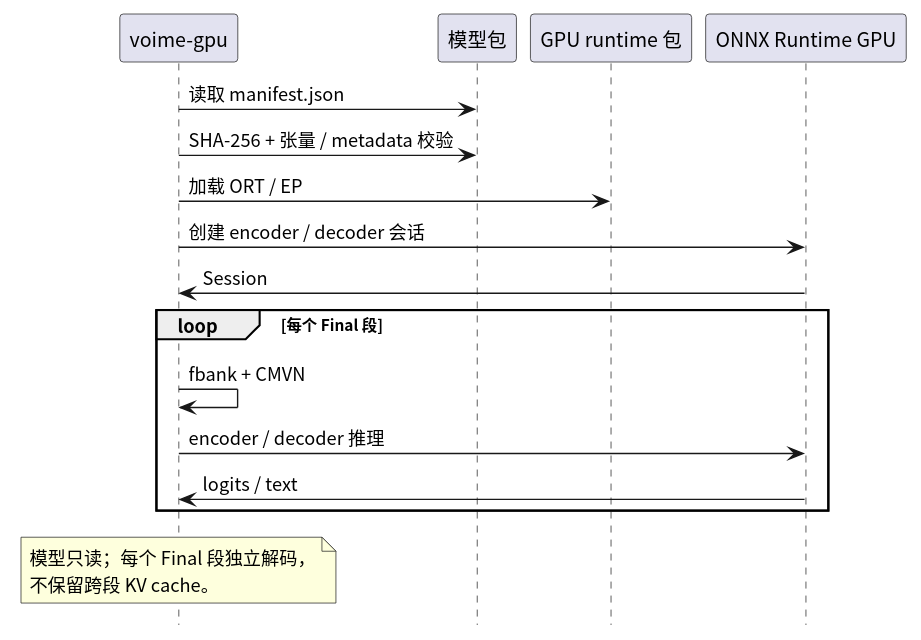
The PlantUML diagram crates/voime-gpu/diagram/provider-inference.svg in 54m43lJ/voime, before a commit.
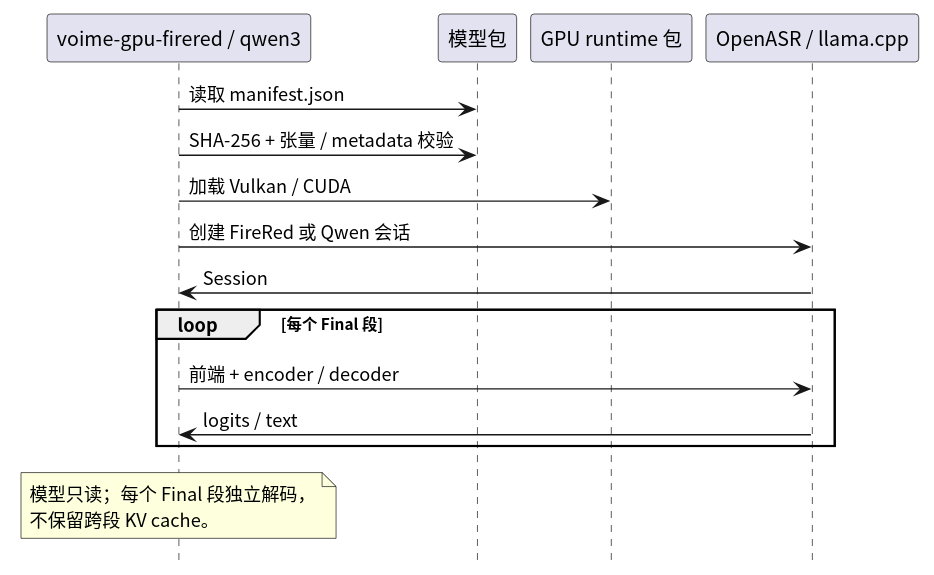
Later version of the same file.

The edit, as a diff of the source:
```diff
@@ -3,21 +3,20 @@
 skinparam shadowing false
 hide footbox
 
-participant "voime-gpu" as Worker
+participant "voime-gpu-firered / qwen3" as Worker
 participant "模型包" as Model
 participant "GPU runtime 包" as Runtime
-participant "ONNX Runtime GPU" as Ort
+participant "OpenASR / llama.cpp" as Engine
 
 Worker -> Model : 读取 manifest.json
 Worker -> Model : SHA-256 + 张量 / metadata 校验
-Worker -> Runtime : 加载 ORT / EP
-Worker -> Ort : 创建 encoder / decoder 会话
-Ort -> Worker : Session
+Worker -> Runtime : 加载 Vulkan / CUDA
+Worker -> Engine : 创建 FireRed 或 Qwen 会话
+Engine -> Worker : Session
 
 loop 每个 Final 段
-  Worker -> Worker : fbank + CMVN
-  Worker -> Ort : encoder / decoder 推理
-  Ort -> Worker : logits / text
+  Worker -> Engine : 前端 + encoder / decoder
+  Engine -> Worker : logits / text
 end
 
 note over Worker
```
